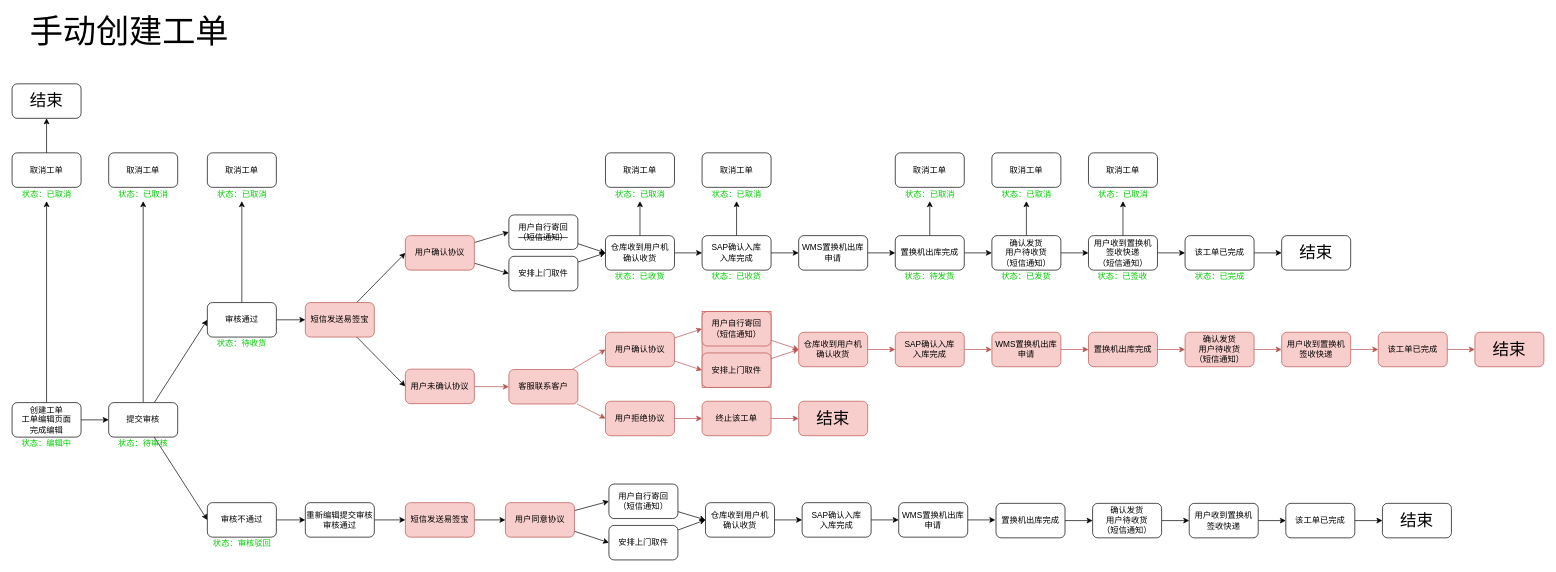
ErbanZ/DOG keeps this draw.io diagram as 场景.drawio. Above is the earlier version. Source tidied: cells renumbered, new cells numbered last; positions are measured from the earlier drawing's top-left corner, leaving out a move shared by most shapes. Both pictures are drawn from the tidied source at 69%, with x=0, y=0 at pixel (12, 14).
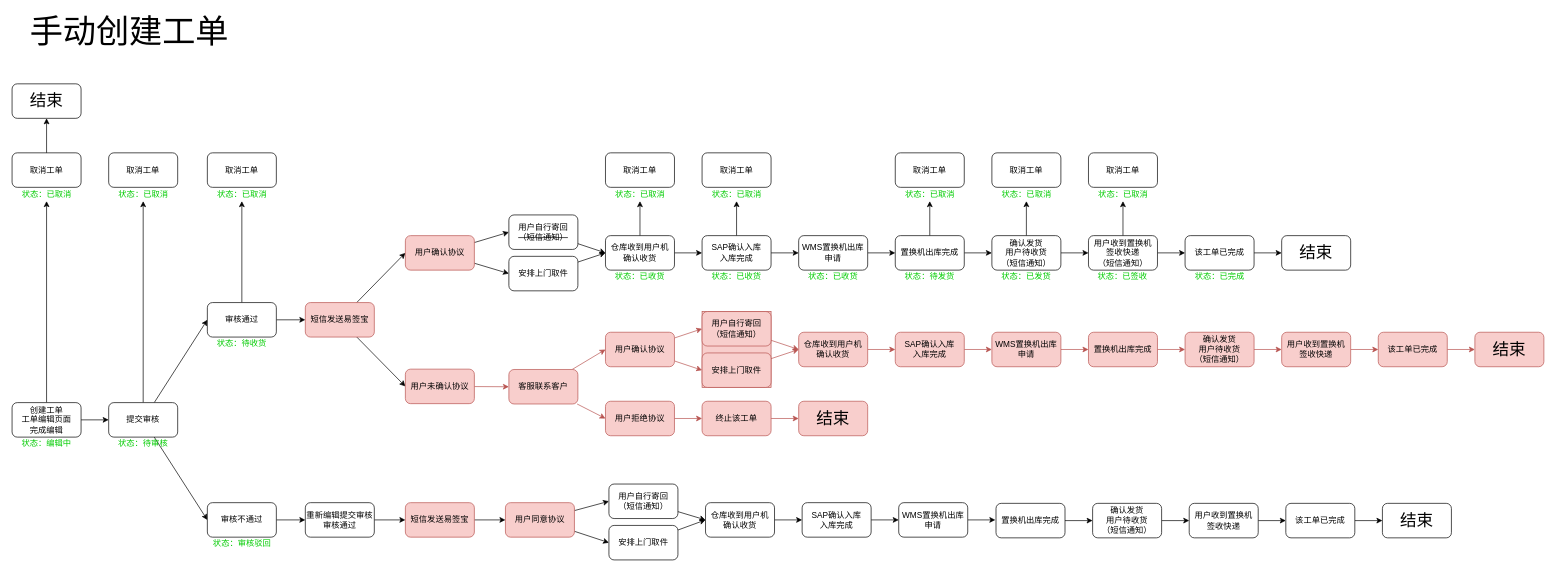
The same page after the edit.

Change to the diagram source:
```diff
@@
+    <mxCell id="142" value="&lt;font color=&quot;#00cc00&quot;&gt;状态：已收货&lt;/font&gt;" style="text;html=1;strokeColor=none;fillColor=none;align=center;verticalAlign=middle;whiteSpace=wrap;rounded=0;" parent="1" vertex="1">
+      <mxGeometry x="1150" y="370" width="80" height="20" as="geometry" />
+    </mxCell>
```
